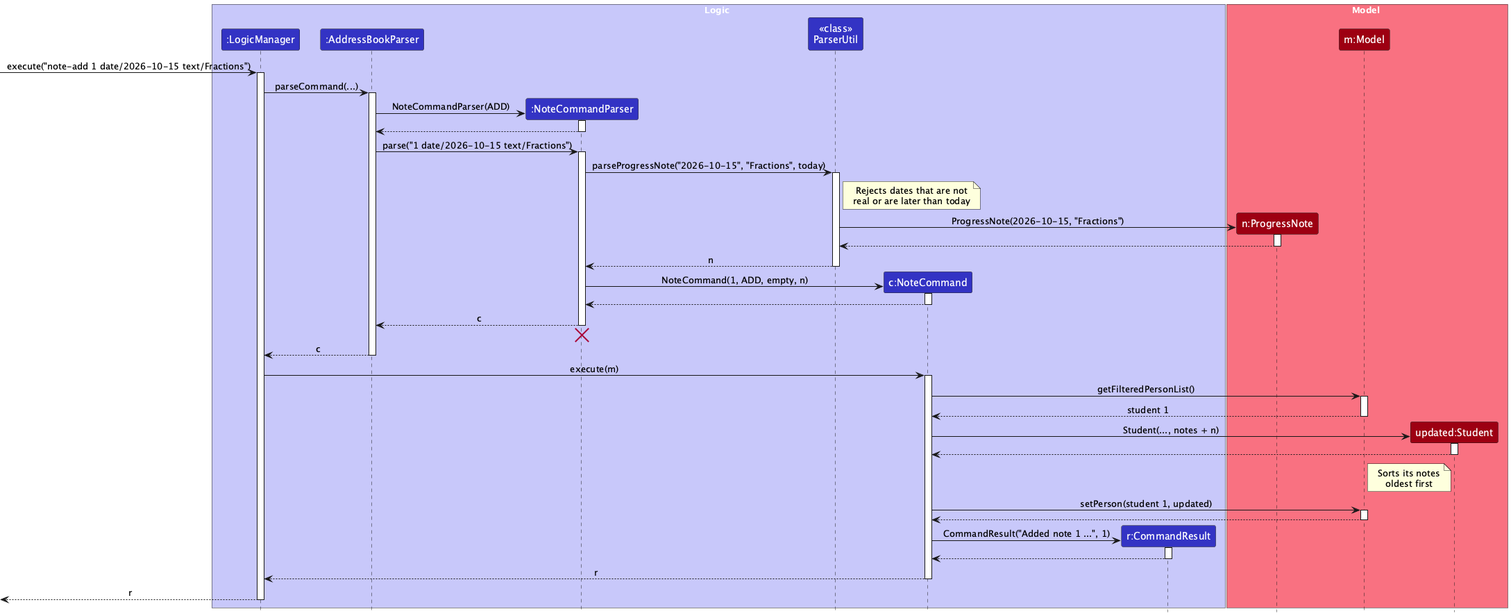
Before: docs/images/NoteAddSequenceDiagram.png, a diagram exported from PlantUML (AY2627S1-CS2103T-F13-4/tp).
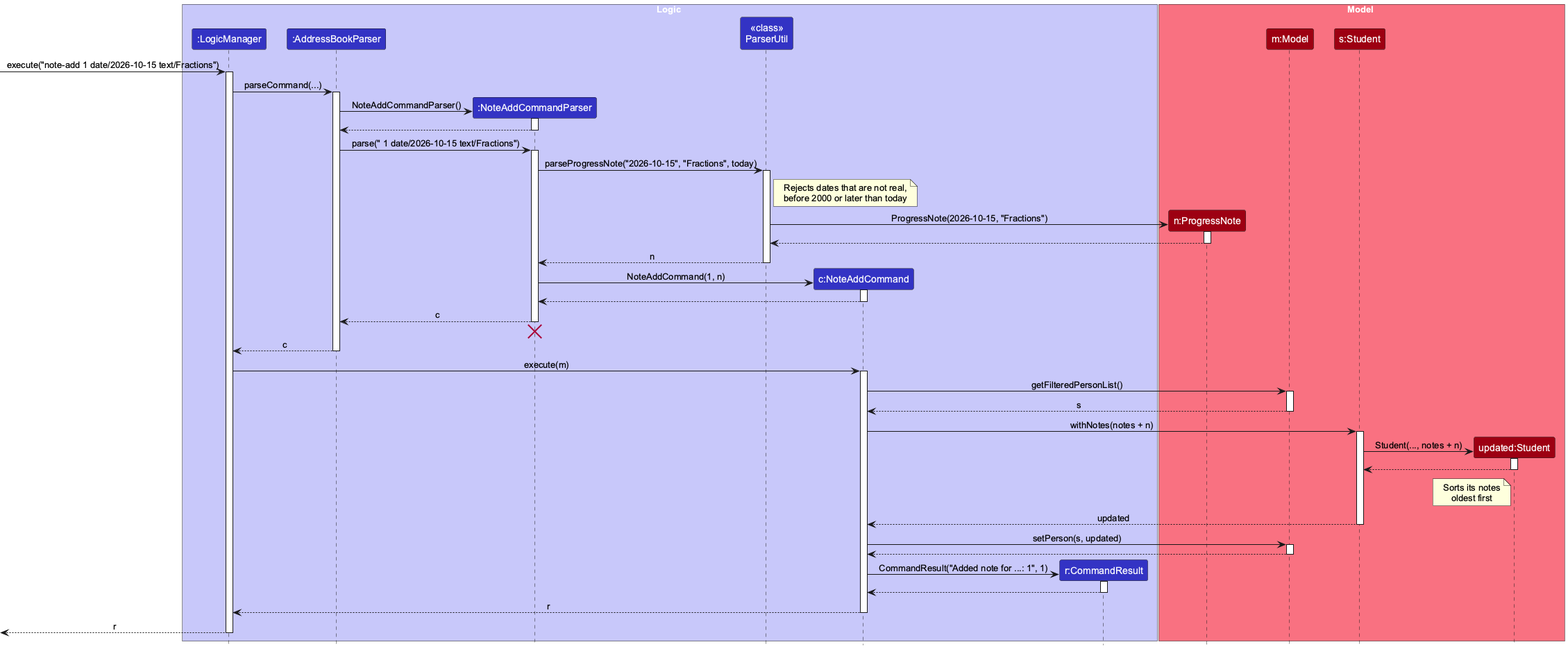
Later version of the same file.

What changed in the source:
```diff
@@ -1,19 +1,21 @@
 @startuml
+skinparamlocked defaultFontName Arial
 !include style.puml
 skinparam ArrowFontStyle plain
 
 box Logic LOGIC_COLOR_T1
 participant ":LogicManager" as LogicManager LOGIC_COLOR
 participant ":AddressBookParser" as AddressBookParser LOGIC_COLOR
-participant ":NoteCommandParser" as NoteCommandParser LOGIC_COLOR
+participant ":NoteAddCommandParser" as NoteAddCommandParser LOGIC_COLOR
 participant "<<class>>\nParserUtil" as ParserUtil LOGIC_COLOR
-participant "c:NoteCommand" as NoteCommand LOGIC_COLOR
+participant "c:NoteAddCommand" as NoteAddCommand LOGIC_COLOR
 participant "r:CommandResult" as CommandResult LOGIC_COLOR
 end box
 
 box Model MODEL_COLOR_T1
 participant "n:ProgressNote" as ProgressNote MODEL_COLOR
 participant "m:Model" as Model MODEL_COLOR
+participant "s:Student" as OldStudent MODEL_COLOR
 participant "updated:Student" as Student MODEL_COLOR
 end box
 
@@ -23,20 +25,20 @@
 LogicManager -> AddressBookParser : parseCommand(...)
 activate AddressBookParser
 
-create NoteCommandParser
-AddressBookParser -> NoteCommandParser : NoteCommandParser(ADD)
-activate NoteCommandParser
-NoteCommandParser --> AddressBookParser
-deactivate NoteCommandParser
+create NoteAddCommandParser
+AddressBookParser -> NoteAddCommandParser : NoteAddCommandParser()
+activate NoteAddCommandParser
+NoteAddCommandParser --> AddressBookParser
+deactivate NoteAddCommandParser
 
-AddressBookParser -> NoteCommandParser : parse("1 date/2026-10-15 text/Fractions")
-activate NoteCommandParser
+AddressBookParser -> NoteAddCommandParser : parse(" 1 date/2026-10-15 text/Fractions")
+activate NoteAddCommandParser
 
-NoteCommandParser -> ParserUtil : parseProgressNote("2026-10-15", "Fractions", today)
+NoteAddCommandParser -> ParserUtil : parseProgressNote("2026-10-15", "Fractions", today)
 activate ParserUtil
 note right of ParserUtil
-  Rejects dates that are not
-  real or are later than today
+  Rejects dates that are not real,
+  before 2000 or later than today
 end note
 
 create ProgressNote
@@ -45,54 +47,58 @@
 ProgressNote --> ParserUtil
 deactivate ProgressNote
 
-ParserUtil --> NoteCommandParser : n
+ParserUtil --> NoteAddCommandParser : n
 deactivate ParserUtil
 
-create NoteCommand
-NoteCommandParser -> NoteCommand : NoteCommand(1, ADD, empty, n)
-activate NoteCommand
-NoteCommand --> NoteCommandParser
-deactivate NoteCommand
+create NoteAddCommand
+NoteAddCommandParser -> NoteAddCommand : NoteAddCommand(1, n)
+activate NoteAddCommand
+NoteAddCommand --> NoteAddCommandParser
+deactivate NoteAddCommand
 
-NoteCommandParser --> AddressBookParser : c
-deactivate NoteCommandParser
-NoteCommandParser -[hidden]-> AddressBookParser
-destroy NoteCommandParser
+NoteAddCommandParser --> AddressBookParser : c
+deactivate NoteAddCommandParser
+NoteAddCommandParser -[hidden]-> AddressBookParser
+destroy NoteAddCommandParser
 
 AddressBookParser --> LogicManager : c
 deactivate AddressBookParser
 
-LogicManager -> NoteCommand : execute(m)
-activate NoteCommand
+LogicManager -> NoteAddCommand : execute(m)
+activate NoteAddCommand
 
-NoteCommand -> Model : getFilteredPersonList()
+NoteAddCommand -> Model : getFilteredPersonList()
 activate Model
-Model --> NoteCommand : student 1
+Model --> NoteAddCommand : s
 deactivate Model
 
+NoteAddCommand -> OldStudent : withNotes(notes + n)
+activate OldStudent
 create Student
-NoteCommand -> Student : Student(..., notes + n)
+OldStudent -> Student : Student(..., notes + n)
 activate Student
-Student --> NoteCommand
+Student --> OldStudent
 deactivate Student
 note left of Student
   Sorts its notes
   oldest first
 end note
+OldStudent --> NoteAddCommand : updated
+deactivate OldStudent
 
-NoteCommand -> Model : setPerson(student 1, updated)
+NoteAddCommand -> Model : setPerson(s, updated)
 activate Model
-Model --> NoteCommand
+Model --> NoteAddCommand
 deactivate Model
 
 create CommandResult
-NoteCommand -> CommandResult : CommandResult("Added note 1 ...", 1)
+NoteAddCommand -> CommandResult : CommandResult("Added note for ...: 1", 1)
 activate CommandResult
-CommandResult --> NoteCommand
+CommandResult --> NoteAddCommand
 deactivate CommandResult
 
-NoteCommand --> LogicManager : r
-deactivate NoteCommand
+NoteAddCommand --> LogicManager : r
+deactivate NoteAddCommand
 
 [<-- LogicManager : r
 deactivate LogicManager
```
